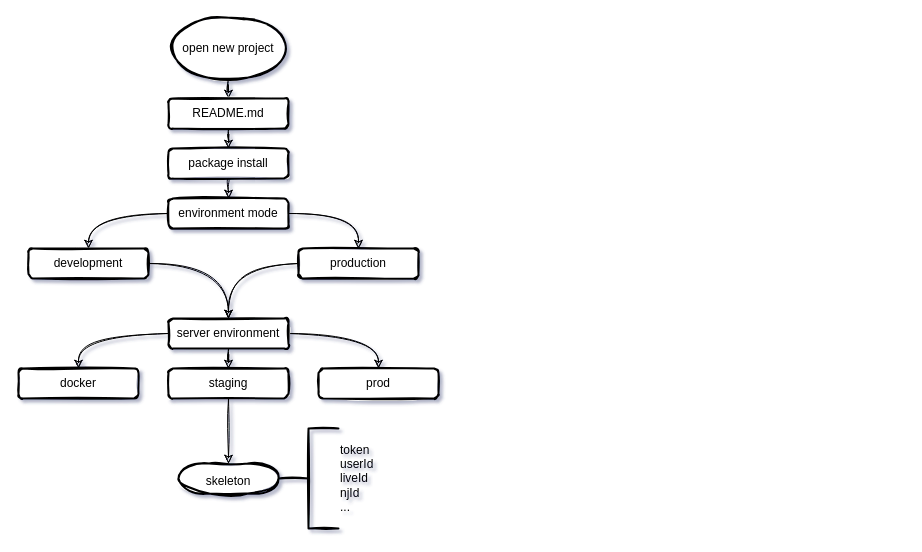
Earlier version of the draw.io diagram page "第 1 页" (1 of 2) of drawio/dotenv.drawio (zhixinpeng/storage). Source tidied: cells renumbered, new cells numbered last; positions are measured from the earlier drawing's top-left corner, leaving out a move shared by most shapes. Both pictures are drawn from the tidied source at 100%, with x=0, y=0 at pixel (18, 18).
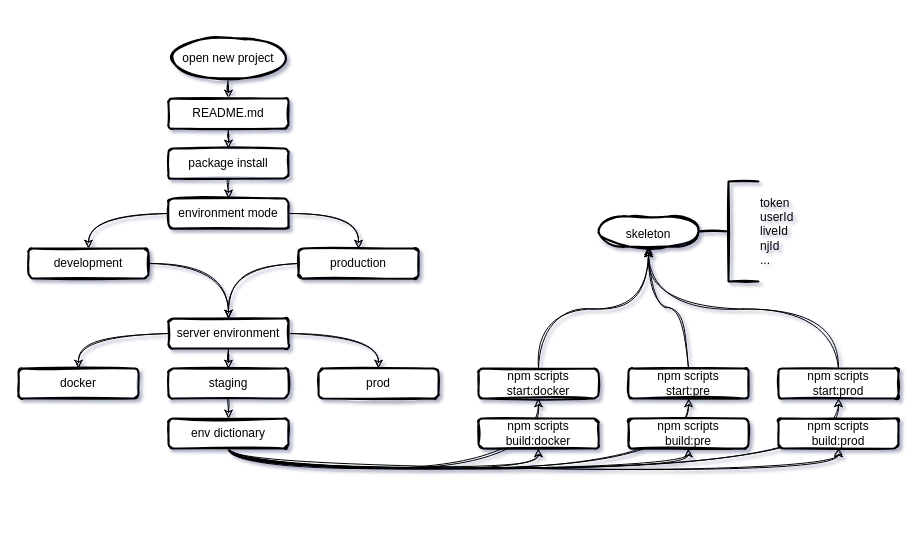
Above is the later version.

Unchanged cells that the change refers to:
```xml
<mxCell id="13" value="staging" style="whiteSpace=wrap;html=1;strokeWidth=2;sketch=1;rounded=1;" parent="1" vertex="1">
  <mxGeometry x="150" y="350" width="120" height="30" as="geometry" />
</mxCell>
```

Change to the diagram source:
```diff
@@
     <mxCell id="3" value="open new project" style="strokeWidth=2;html=1;shape=mxgraph.flowchart.start_1;whiteSpace=wrap;sketch=1;rounded=1;" parent="1" vertex="1">
-      <mxGeometry x="150" width="120" height="60" as="geometry" />
+      <mxGeometry x="150" y="20" width="120" height="40" as="geometry" />
     </mxCell>
@@
-    <mxCell id="12" style="edgeStyle=orthogonalEdgeStyle;rounded=1;jettySize=auto;html=1;exitX=0.5;exitY=1;exitDx=0;exitDy=0;entryX=0.5;entryY=0;entryDx=0;entryDy=0;endArrow=classic;endFill=1;sketch=1;curved=1;" parent="1" edge="1" source="13">
-      <mxGeometry relative="1" as="geometry">
-        <mxPoint x="210" y="445" as="targetPoint" />
-      </mxGeometry>
+    <mxCell id="12" style="edgeStyle=orthogonalEdgeStyle;rounded=1;jettySize=auto;html=1;exitX=0.5;exitY=1;exitDx=0;exitDy=0;entryX=0.5;entryY=0;entryDx=0;entryDy=0;endArrow=classic;endFill=1;sketch=1;curved=1;" parent="1" edge="1" source="13" target="31">
+      <mxGeometry relative="1" as="geometry" />
     </mxCell>
@@
     <mxCell id="23" value="token&lt;br&gt;userId&lt;br&gt;liveId&lt;br&gt;njId&lt;br&gt;..." style="strokeWidth=2;html=1;shape=mxgraph.flowchart.annotation_2;align=left;labelPosition=right;sketch=1;rounded=1;" parent="1" vertex="1">
-      <mxGeometry x="260" y="410" width="60" height="100" as="geometry" />
+      <mxGeometry x="680" y="163" width="60" height="100" as="geometry" />
     </mxCell>
     <mxCell id="24" value="&lt;span style=&quot;font-family: Helvetica; font-size: 12px;&quot;&gt;skeleton&lt;/span&gt;" style="strokeWidth=2;html=1;shape=mxgraph.flowchart.terminator;whiteSpace=wrap;rounded=1;sketch=1;hachureGap=4;jiggle=2;fontFamily=Architects Daughter;fontSize=20;" parent="1" vertex="1">
-      <mxGeometry x="160" y="445" width="100" height="30" as="geometry" />
+      <mxGeometry x="580" y="198" width="100" height="30" as="geometry" />
     </mxCell>
+    <mxCell id="25" style="edgeStyle=orthogonalEdgeStyle;curved=1;rounded=1;sketch=1;hachureGap=4;jiggle=2;jettySize=auto;html=1;exitX=0.5;exitY=1;exitDx=0;exitDy=0;entryX=0.5;entryY=1;entryDx=0;entryDy=0;fontFamily=Architects Daughter;fontSize=16;" parent="1" edge="1" source="31" target="39">
+      <mxGeometry relative="1" as="geometry" />
+    </mxCell>
+    <mxCell id="26" style="edgeStyle=orthogonalEdgeStyle;curved=1;rounded=1;sketch=1;hachureGap=4;jiggle=2;jettySize=auto;html=1;exitX=0.5;exitY=1;exitDx=0;exitDy=0;entryX=0.5;entryY=1;entryDx=0;entryDy=0;fontFamily=Architects Daughter;fontSize=16;" parent="1" edge="1" source="31" target="38">
+      <mxGeometry relative="1" as="geometry" />
+    </mxCell>
+    <mxCell id="27" style="edgeStyle=orthogonalEdgeStyle;curved=1;rounded=1;sketch=1;hachureGap=4;jiggle=2;jettySize=auto;html=1;exitX=0.5;exitY=1;exitDx=0;exitDy=0;entryX=0.5;entryY=1;entryDx=0;entryDy=0;fontFamily=Architects Daughter;fontSize=16;" parent="1" edge="1" source="31" target="40">
+      <mxGeometry relative="1" as="geometry" />
+    </mxCell>
+    <mxCell id="28" style="edgeStyle=orthogonalEdgeStyle;curved=1;rounded=1;sketch=1;hachureGap=4;jiggle=2;jettySize=auto;html=1;exitX=0.5;exitY=1;exitDx=0;exitDy=0;entryX=0.5;entryY=1;entryDx=0;entryDy=0;fontFamily=Architects Daughter;fontSize=16;" parent="1" edge="1" source="31" target="33">
+      <mxGeometry relative="1" as="geometry" />
+    </mxCell>
+    <mxCell id="29" style="edgeStyle=orthogonalEdgeStyle;curved=1;rounded=1;sketch=1;hachureGap=4;jiggle=2;jettySize=auto;html=1;exitX=0.5;exitY=1;exitDx=0;exitDy=0;entryX=0.5;entryY=1;entryDx=0;entryDy=0;fontFamily=Architects Daughter;fontSize=16;" parent="1" edge="1" source="31" target="35">
+      <mxGeometry relative="1" as="geometry" />
+    </mxCell>
+    <mxCell id="30" style="edgeStyle=orthogonalEdgeStyle;curved=1;rounded=1;sketch=1;hachureGap=4;jiggle=2;jettySize=auto;html=1;exitX=0.5;exitY=1;exitDx=0;exitDy=0;fontFamily=Architects Daughter;fontSize=16;" parent="1" edge="1" source="31" target="37">
+      <mxGeometry relative="1" as="geometry" />
+    </mxCell>
+    <mxCell id="31" value="env dictionary" style="whiteSpace=wrap;html=1;strokeWidth=2;sketch=1;rounded=1;" parent="1" vertex="1">
+      <mxGeometry x="150" y="400" width="120" height="30" as="geometry" />
+    </mxCell>
+    <mxCell id="32" style="edgeStyle=orthogonalEdgeStyle;curved=1;rounded=1;sketch=1;hachureGap=4;jiggle=2;jettySize=auto;html=1;exitX=0.5;exitY=0;exitDx=0;exitDy=0;fontFamily=Architects Daughter;fontSize=16;" parent="1" edge="1" source="33">
+      <mxGeometry relative="1" as="geometry">
+        <mxPoint x="630" y="230" as="targetPoint" />
+      </mxGeometry>
+    </mxCell>
+    <mxCell id="33" value="npm scripts&lt;br&gt;start:docker" style="whiteSpace=wrap;html=1;strokeWidth=2;sketch=1;rounded=1;" parent="1" vertex="1">
+      <mxGeometry x="460" y="350" width="120" height="30" as="geometry" />
+    </mxCell>
+    <mxCell id="34" style="edgeStyle=orthogonalEdgeStyle;curved=1;rounded=1;sketch=1;hachureGap=4;jiggle=2;jettySize=auto;html=1;exitX=0.5;exitY=0;exitDx=0;exitDy=0;entryX=0.5;entryY=1;entryDx=0;entryDy=0;entryPerimeter=0;fontFamily=Architects Daughter;fontSize=16;" parent="1" edge="1" source="35" target="24">
+      <mxGeometry relative="1" as="geometry" />
+    </mxCell>
+    <mxCell id="35" value="npm scripts&lt;br&gt;start:pre" style="whiteSpace=wrap;html=1;strokeWidth=2;sketch=1;rounded=1;" parent="1" vertex="1">
+      <mxGeometry x="610" y="350" width="120" height="30" as="geometry" />
+    </mxCell>
+    <mxCell id="36" style="edgeStyle=orthogonalEdgeStyle;curved=1;rounded=1;sketch=1;hachureGap=4;jiggle=2;jettySize=auto;html=1;exitX=0.5;exitY=0;exitDx=0;exitDy=0;fontFamily=Architects Daughter;fontSize=16;" parent="1" edge="1" source="37">
+      <mxGeometry relative="1" as="geometry">
+        <mxPoint x="630" y="230" as="targetPoint" />
+      </mxGeometry>
+    </mxCell>
+    <mxCell id="37" value="npm scripts&lt;br&gt;start:prod" style="whiteSpace=wrap;html=1;strokeWidth=2;sketch=1;rounded=1;" parent="1" vertex="1">
+      <mxGeometry x="760" y="350" width="120" height="30" as="geometry" />
+    </mxCell>
+    <mxCell id="38" value="npm scripts&lt;br&gt;build:docker" style="whiteSpace=wrap;html=1;strokeWidth=2;sketch=1;rounded=1;" parent="1" vertex="1">
+      <mxGeometry x="460" y="400" width="120" height="30" as="geometry" />
+    </mxCell>
+    <mxCell id="39" value="npm scripts&lt;br&gt;build:pre" style="whiteSpace=wrap;html=1;strokeWidth=2;sketch=1;rounded=1;" parent="1" vertex="1">
+      <mxGeometry x="610" y="400" width="120" height="30" as="geometry" />
+    </mxCell>
+    <mxCell id="40" value="npm scripts&lt;br&gt;build:prod" style="whiteSpace=wrap;html=1;strokeWidth=2;sketch=1;rounded=1;" parent="1" vertex="1">
+      <mxGeometry x="760" y="400" width="120" height="30" as="geometry" />
+    </mxCell>
```
